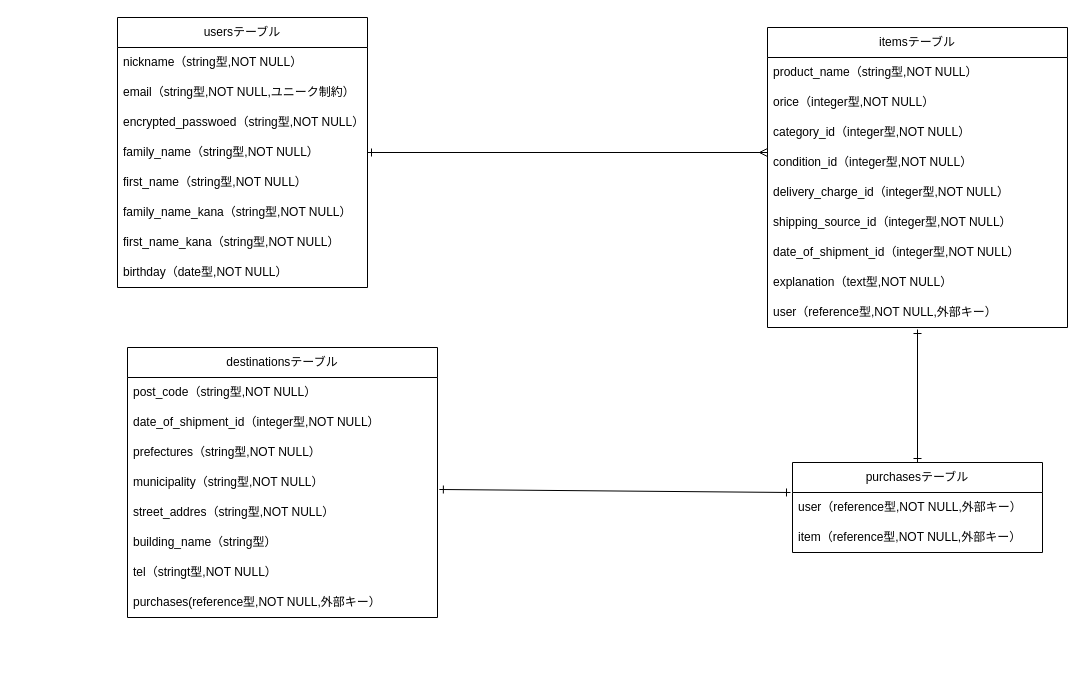
Above: test.dio in i-v-mii/furima-40333 (draw.io), before the change. Source tidied: cells renumbered, new cells numbered last; positions are measured from the earlier drawing's top-left corner, leaving out a move shared by most shapes. Both pictures are drawn from the tidied source at 100%, with x=0, y=0 at pixel (117, 17).
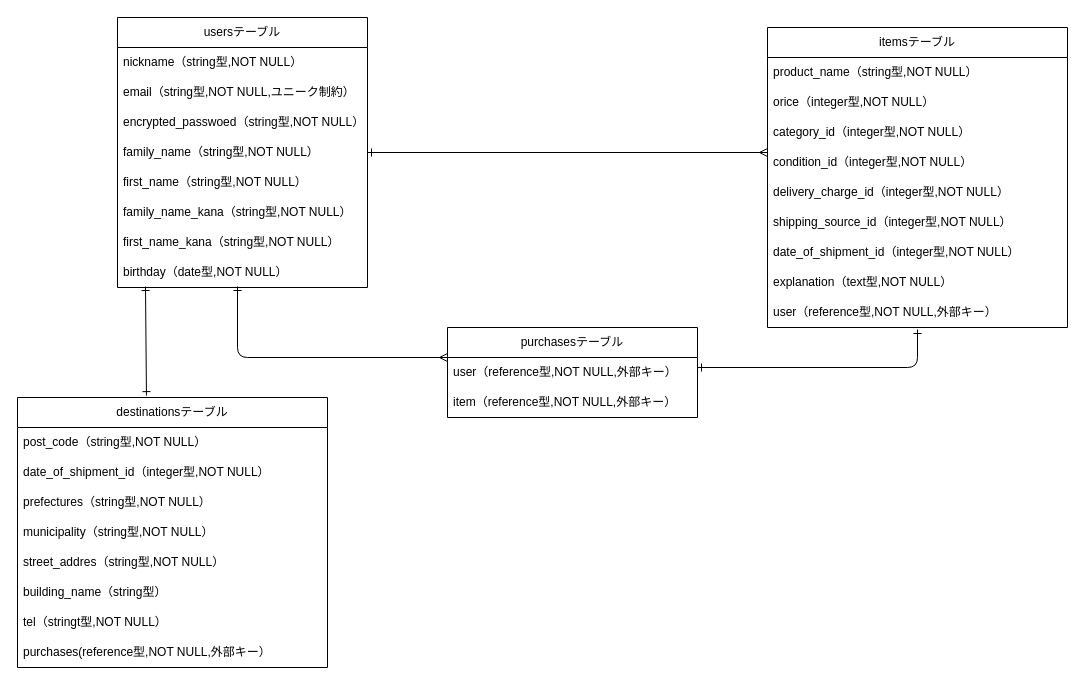
The same page after the edit.

Commit message (it also covers changes not shown here):
データベース設計（修正）

Unchanged cells that the change refers to:
```xml
<mxCell id="10" value="birthday（date型,NOT NULL）" style="text;strokeColor=none;fillColor=none;align=left;verticalAlign=middle;spacingLeft=4;spacingRight=4;overflow=hidden;points=[[0,0.5],[1,0.5]];portConstraint=eastwest;whiteSpace=wrap;html=1;" parent="2" vertex="1">
  <mxGeometry y="240" width="250" height="30" as="geometry" />
</mxCell>
<mxCell id="20" value="user（reference型,NOT NULL,外部キー）" style="text;strokeColor=none;fillColor=none;align=left;verticalAlign=middle;spacingLeft=4;spacingRight=4;overflow=hidden;points=[[0,0.5],[1,0.5]];portConstraint=eastwest;whiteSpace=wrap;html=1;" parent="11" vertex="1">
  <mxGeometry y="270" width="300" height="30" as="geometry" />
</mxCell>
<mxCell id="25" value="municipality（string型,NOT NULL）" style="text;strokeColor=none;fillColor=none;align=left;verticalAlign=middle;spacingLeft=4;spacingRight=4;overflow=hidden;points=[[0,0.5],[1,0.5]];portConstraint=eastwest;whiteSpace=wrap;html=1;" parent="21" vertex="1">
  <mxGeometry y="120" width="310" height="30" as="geometry" />
</mxCell>
<mxCell id="32" value="user（reference型,NOT NULL,外部キー）" style="text;strokeColor=none;fillColor=none;align=left;verticalAlign=middle;spacingLeft=4;spacingRight=4;overflow=hidden;points=[[0,0.5],[1,0.5]];portConstraint=eastwest;whiteSpace=wrap;html=1;" parent="31" vertex="1">
  <mxGeometry y="30" width="250" height="30" as="geometry" />
</mxCell>
```

Diff of the diagram source:
```diff
@@
     <mxCell id="21" value="destinationsテーブル" style="swimlane;fontStyle=0;horizontal=1;startSize=30;whiteSpace=wrap;html=1;" parent="1" vertex="1">
-      <mxGeometry x="10" y="330" width="310" height="270" as="geometry" />
+      <mxGeometry x="-100" y="380" width="310" height="270" as="geometry" />
     </mxCell>
@@
-    <mxCell id="30" style="edgeStyle=none;html=1;endArrow=ERone;endFill=0;entryX=1.006;entryY=0.733;entryDx=0;entryDy=0;entryPerimeter=0;startArrow=ERone;startFill=0;exitX=-0.008;exitY=0;exitDx=0;exitDy=0;exitPerimeter=0;" parent="1" edge="1" source="32" target="25">
-      <mxGeometry relative="1" as="geometry" />
+    <mxCell id="30" style="edgeStyle=none;html=1;endArrow=ERone;endFill=0;entryX=0.48;entryY=0.967;entryDx=0;entryDy=0;entryPerimeter=0;startArrow=ERmany;startFill=0;exitX=0;exitY=0;exitDx=0;exitDy=0;exitPerimeter=0;" parent="1" edge="1" source="32" target="10">
+      <mxGeometry relative="1" as="geometry">
+        <Array as="points">
+          <mxPoint x="120" y="340" />
+        </Array>
+      </mxGeometry>
     </mxCell>
     <mxCell id="31" value="purchasesテーブル" style="swimlane;fontStyle=0;horizontal=1;startSize=30;whiteSpace=wrap;html=1;" parent="1" vertex="1">
-      <mxGeometry x="675" y="445" width="250" height="90" as="geometry" />
+      <mxGeometry x="330" y="310" width="250" height="90" as="geometry" />
     </mxCell>
@@
-    <mxCell id="34" style="edgeStyle=none;html=1;endArrow=ERone;endFill=0;exitX=0.5;exitY=1.067;exitDx=0;exitDy=0;exitPerimeter=0;entryX=0.5;entryY=0;entryDx=0;entryDy=0;startArrow=ERone;startFill=0;" parent="1" edge="1" source="20" target="31">
-      <mxGeometry relative="1" as="geometry" />
+    <mxCell id="34" style="edgeStyle=none;html=1;endArrow=ERone;endFill=0;exitX=0.5;exitY=1.067;exitDx=0;exitDy=0;exitPerimeter=0;startArrow=ERone;startFill=0;" parent="1" edge="1" source="20">
+      <mxGeometry relative="1" as="geometry">
+        <mxPoint x="580" y="350" as="targetPoint" />
+        <Array as="points">
+          <mxPoint x="800" y="350" />
+        </Array>
+      </mxGeometry>
     </mxCell>
@@
+    <mxCell id="37" style="edgeStyle=none;html=1;endArrow=ERone;endFill=0;exitX=0.112;exitY=0.967;exitDx=0;exitDy=0;exitPerimeter=0;startArrow=ERone;startFill=0;entryX=0.416;entryY=-0.007;entryDx=0;entryDy=0;entryPerimeter=0;" parent="1" edge="1" source="10" target="21">
+      <mxGeometry relative="1" as="geometry" />
+    </mxCell>
```
